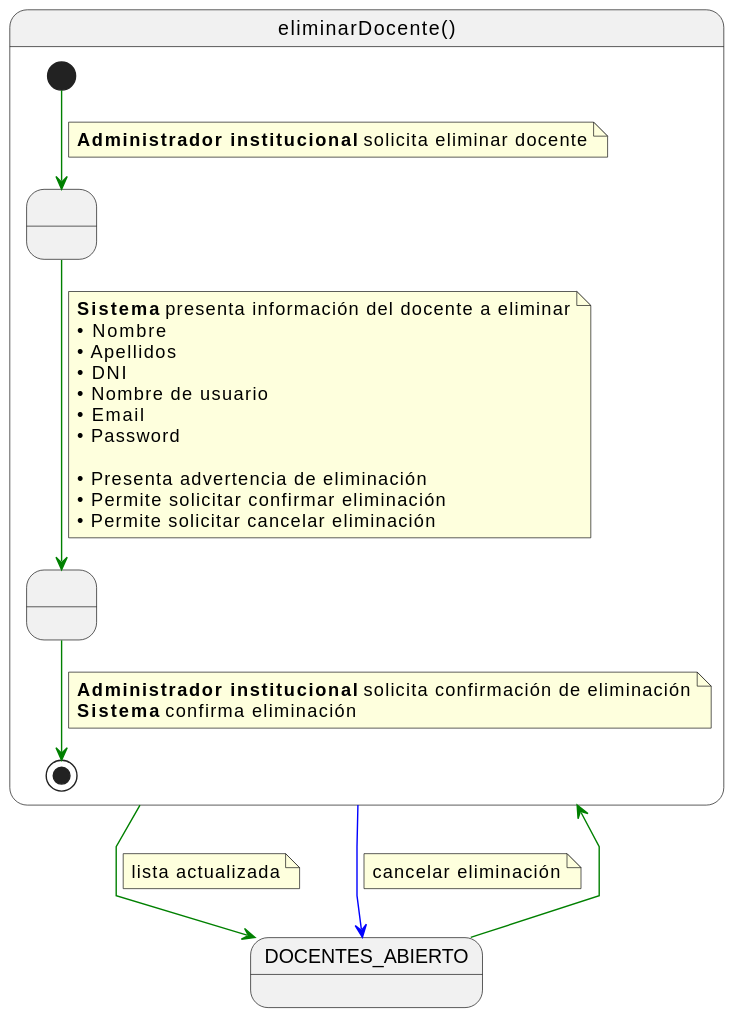
Above: documents/casos-de-uso/detalladoCasosDeUso/eliminarDocente/eliminarDocente.svg in martinlopez7/25-26-IdSw1-SdR (PlantUML), before the change.
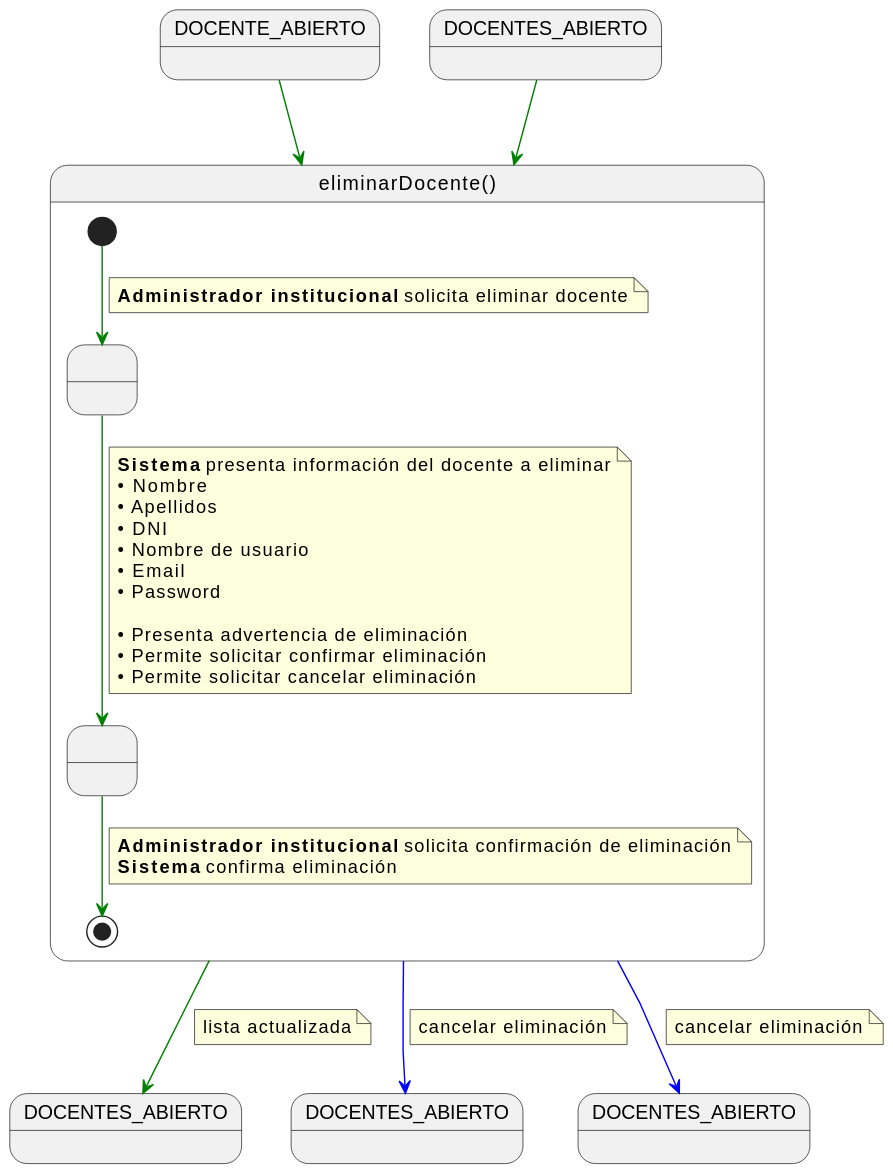
The same file after the commit.

What changed in the source:
```diff
@@ -1,5 +1,10 @@
 @startuml
 skinparam linetype polyline
+
+state DOCENTE_ABIERTO
+state DOCENTES_ABIERTO2 as "DOCENTES_ABIERTO"
+state DOCENTES_ABIERTO3 as "DOCENTES_ABIERTO"
+state DOCENTES_ABIERTO4 as "DOCENTES_ABIERTO"
 
 state eliminarDocente as "eliminarDocente()" {
 
@@ -34,13 +39,19 @@
 }
 
 DOCENTES_ABIERTO -[#green]-> eliminarDocente
+DOCENTE_ABIERTO -[#green]-> eliminarDocente
 
-eliminarDocente -[#green]-> DOCENTES_ABIERTO
+eliminarDocente -[#green]-> DOCENTES_ABIERTO2
 note on link
 lista actualizada
 end note
 
-eliminarDocente -[#blue]-> DOCENTES_ABIERTO
+eliminarDocente -[#blue]-> DOCENTES_ABIERTO3
+note on link
+cancelar eliminación
+end note
+
+eliminarDocente -[#blue]-> DOCENTES_ABIERTO4
 note on link
 cancelar eliminación
 end note
```
